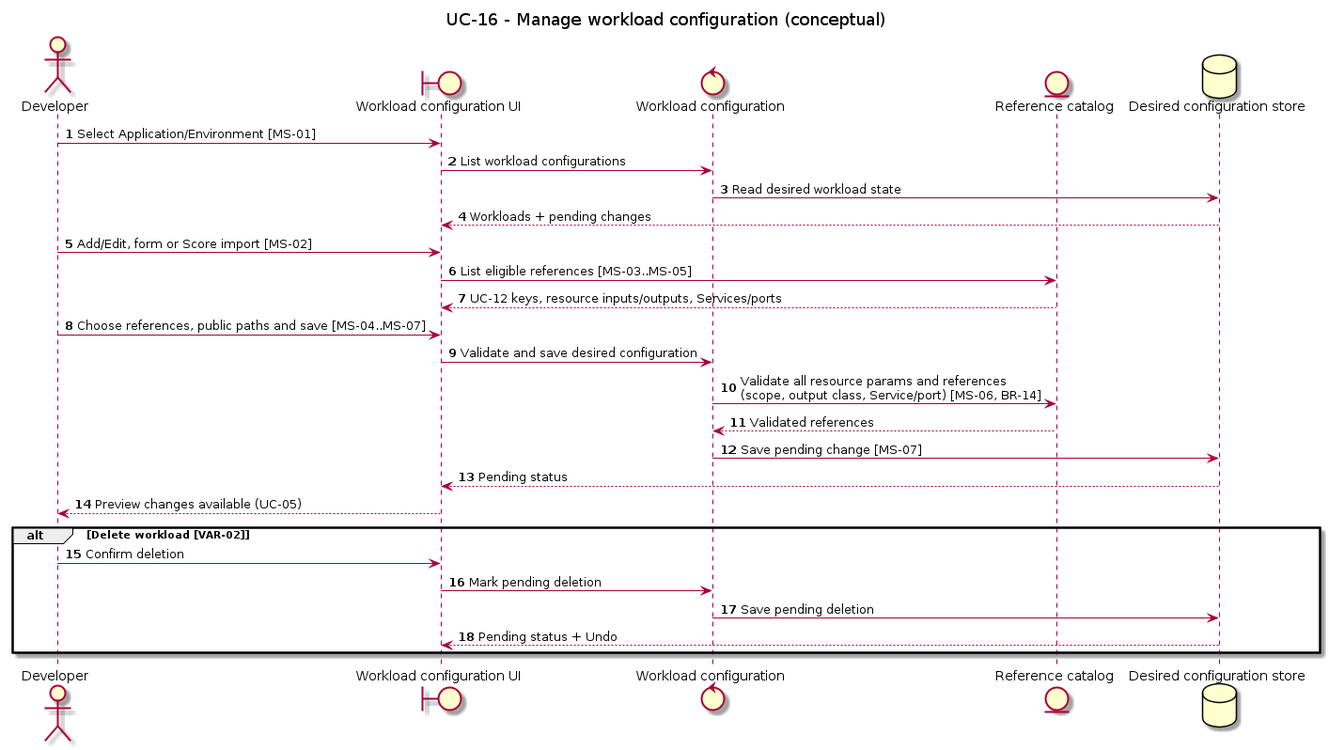
The PlantUML diagram orchestrator_docs/usecase/UC-16/sequence.png in pr3s3nt/poc, before a commit. Its source is kept beside it as orchestrator_docs/usecase/UC-16/sequence.puml. Its diagram source:
```plantuml
@startuml
title UC-16 - Manage workload configuration (conceptual)
autonumber
actor Developer as Dev
boundary "Workload configuration UI" as UI
control "Workload configuration" as Config
entity "Reference catalog" as Catalog
database "Desired configuration store" as Store

Dev -> UI: Select Application/Environment [MS-01]
UI -> Config: List workload configurations
Config -> Store: Read desired workload state
Store --> UI: Workloads + pending changes
Dev -> UI: Add/Edit, form or Score import [MS-02]
UI -> Catalog: List eligible references [MS-03..MS-05]
Catalog --> UI: UC-12 keys, resource inputs/outputs, Services/ports
Dev -> UI: Choose references, public paths and save [MS-04..MS-07]
UI -> Config: Validate and save desired configuration
Config -> Catalog: Validate all resource params and references\n(scope, output class, Service/port) [MS-06, BR-14]
Catalog --> Config: Validated references
Config -> Store: Save pending change [MS-07]
Store --> UI: Pending status
UI --> Dev: Preview changes available (UC-05)

alt Delete workload [VAR-02]
  Dev -> UI: Confirm deletion
  UI -> Config: Mark pending deletion
  Config -> Store: Save pending deletion
  Store --> UI: Pending status + Undo
end
@enduml
```
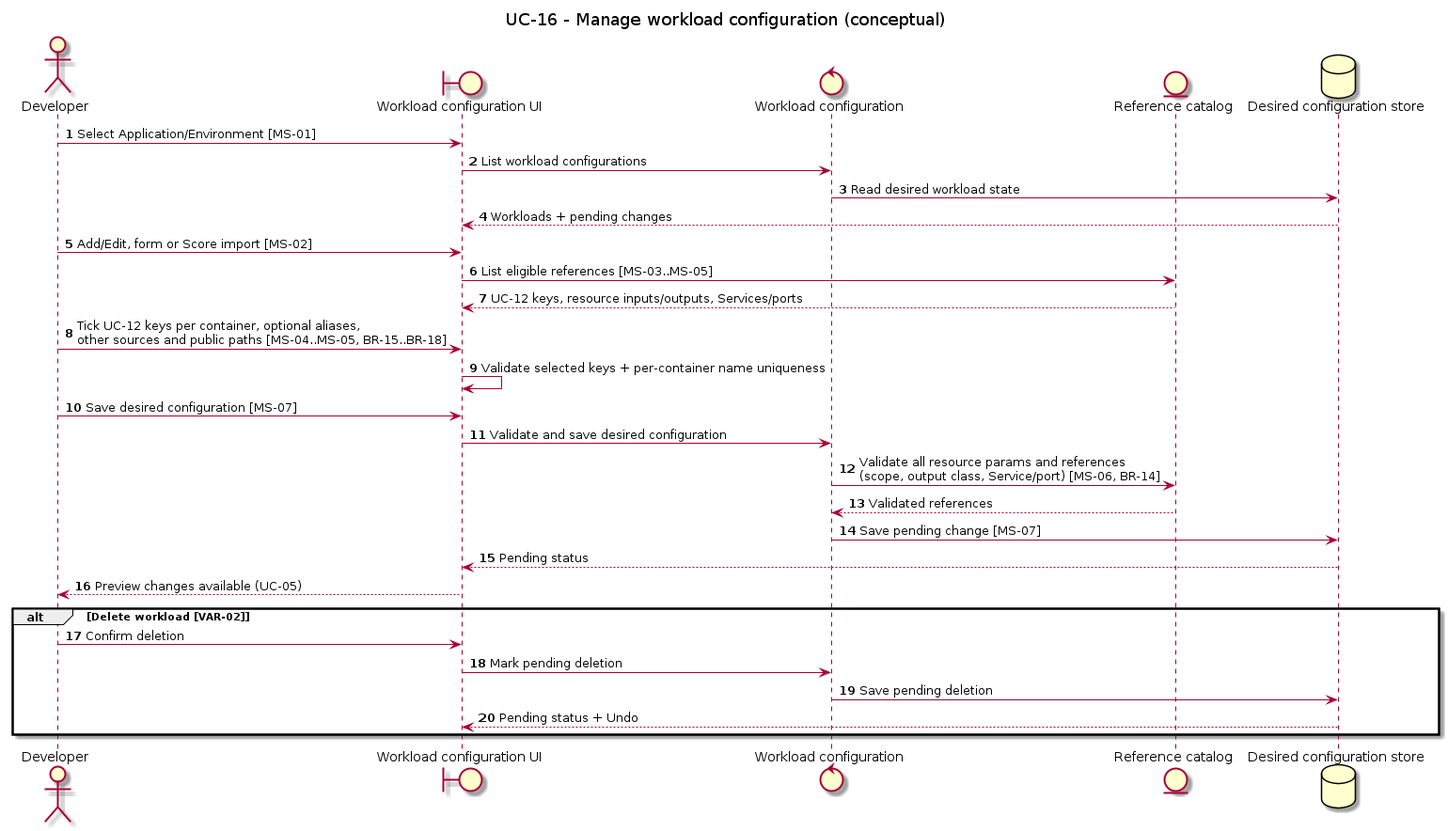
Above is the later version.

The edit, as a diff of the source:
```diff
@@ -14,7 +14,9 @@
 Dev -> UI: Add/Edit, form or Score import [MS-02]
 UI -> Catalog: List eligible references [MS-03..MS-05]
 Catalog --> UI: UC-12 keys, resource inputs/outputs, Services/ports
-Dev -> UI: Choose references, public paths and save [MS-04..MS-07]
+Dev -> UI: Tick UC-12 keys per container, optional aliases,\nother sources and public paths [MS-04..MS-05, BR-15..BR-18]
+UI -> UI: Validate selected keys + per-container name uniqueness
+Dev -> UI: Save desired configuration [MS-07]
 UI -> Config: Validate and save desired configuration
 Config -> Catalog: Validate all resource params and references\n(scope, output class, Service/port) [MS-06, BR-14]
 Catalog --> Config: Validated references
```
